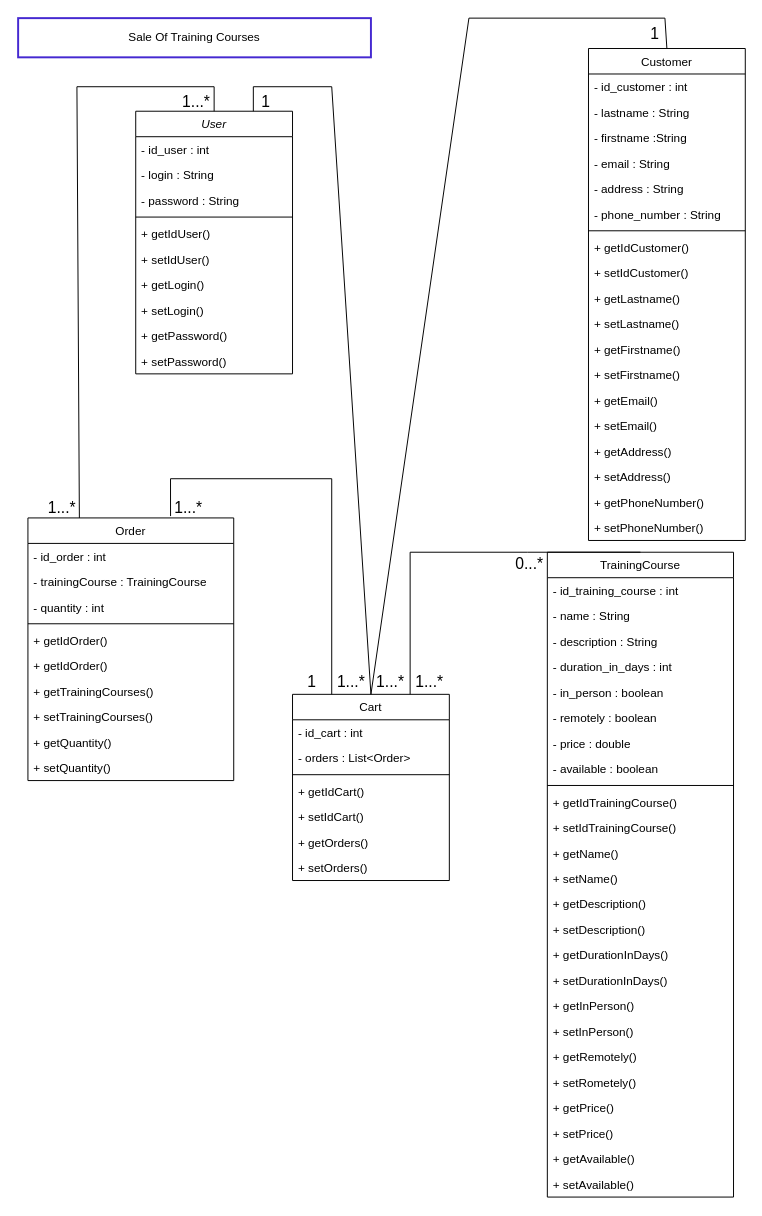
The draw.io diagram doc/class_diagram/SaleOfTrainingCourse_ClassDiagram.drawio in sediatlearning-cmyk/SaleOfTrainingCourses, before the edit. Source tidied: cells renumbered, new cells numbered last; positions are measured from the earlier drawing's top-left corner, leaving out a move shared by most shapes. Both pictures are drawn from the tidied source at 98%, with x=0, y=0 at pixel (18, 18).
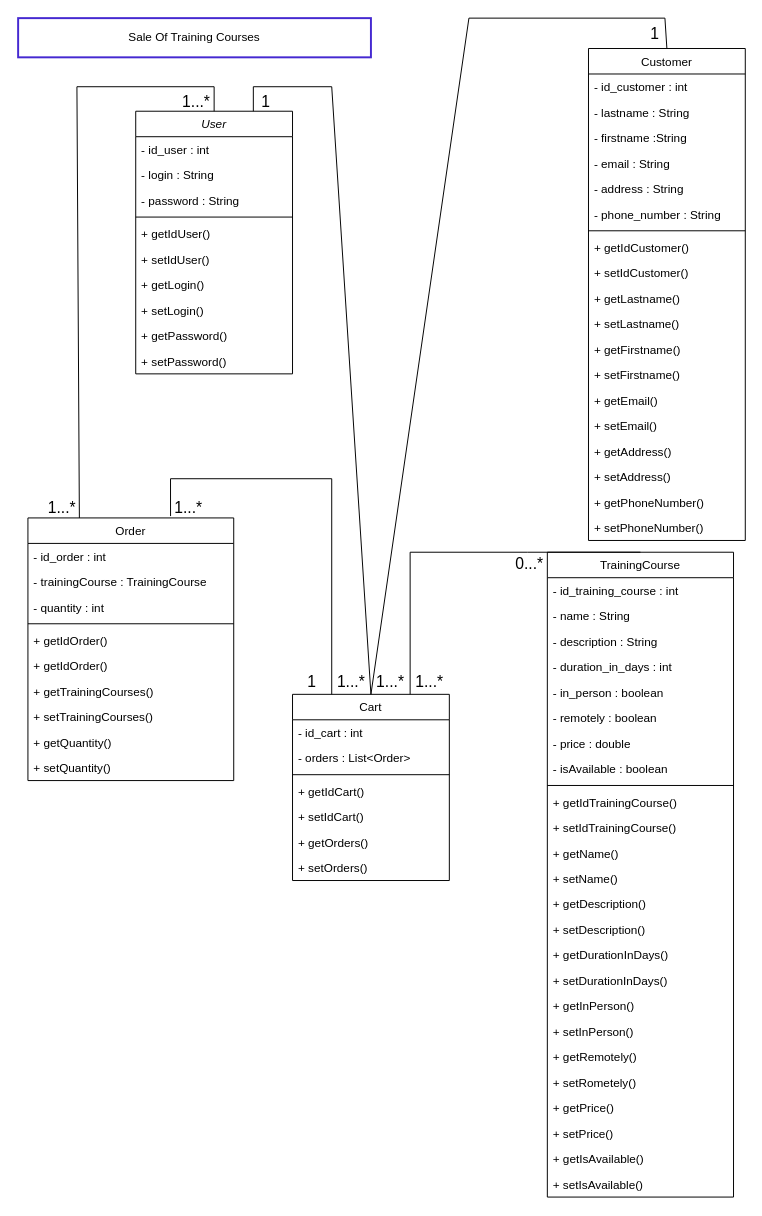
The same page after the edit.

Commit message:
Updated class diagram

Changed name of field 'isAvailable'.

Unchanged cells that the change refers to:
```xml
<mxCell id="13" value="TrainingCourse" style="swimlane;fontStyle=0;align=center;verticalAlign=top;horizontal=1;startSize=26;rounded=0;shadow=0;strokeWidth=1;" parent="1" vertex="1">
  <mxGeometry x="540" y="545" width="190" height="658" as="geometry" />
</mxCell>
```

Change to the diagram source:
```diff
@@
-    <mxCell id="21" value="- available : boolean" style="text;align=left;verticalAlign=top;spacingLeft=4;spacingRight=4;overflow=hidden;rounded=0;shadow=0;html=0;" parent="13" vertex="1">
+    <mxCell id="21" value="- isAvailable : boolean" style="text;align=left;verticalAlign=top;spacingLeft=4;spacingRight=4;overflow=hidden;rounded=0;shadow=0;html=0;" parent="13" vertex="1">
       <mxGeometry y="208" width="190" height="26" as="geometry" />
     </mxCell>
@@
-    <mxCell id="37" value="+ getAvailable()" style="text;align=left;verticalAlign=top;spacingLeft=4;spacingRight=4;overflow=hidden;" parent="13" vertex="1">
+    <mxCell id="37" value="+ getIsAvailable()" style="text;align=left;verticalAlign=top;spacingLeft=4;spacingRight=4;overflow=hidden;" parent="13" vertex="1">
       <mxGeometry y="606" width="190" height="26" as="geometry" />
     </mxCell>
-    <mxCell id="38" value="+ setAvailable()" style="text;align=left;verticalAlign=top;spacingLeft=4;spacingRight=4;overflow=hidden;" parent="13" vertex="1">
+    <mxCell id="38" value="+ setIsAvailable()" style="text;align=left;verticalAlign=top;spacingLeft=4;spacingRight=4;overflow=hidden;" parent="13" vertex="1">
       <mxGeometry y="632" width="190" height="26" as="geometry" />
     </mxCell>
```
